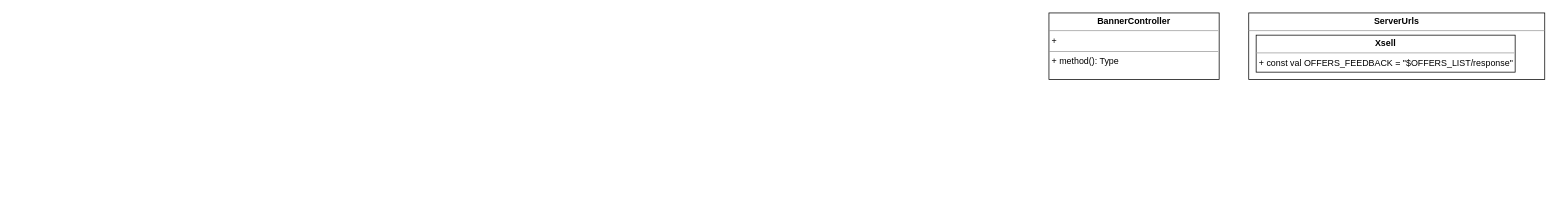
Before: UNI-14524.drawio in ShiryaevNikolay/diagrams, a draw.io diagram. Source tidied: cells renumbered, new cells numbered last; positions are measured from the earlier drawing's top-left corner, leaving out a move shared by most shapes. Both pictures are drawn from the tidied source at 74%, with x=0, y=0 at pixel (1049, 13).
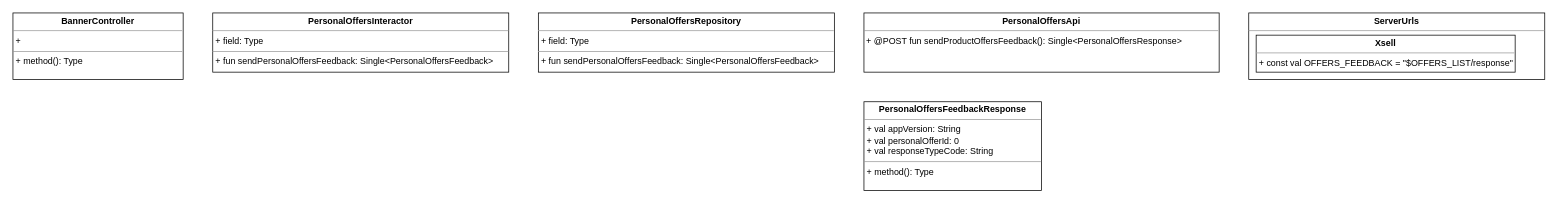
The same page after the edit.

Commit message:
сервисный слой

The edit, as a diff of the source:
```diff
@@
 <mxGraphModel>
   <root>
     <mxCell id="0" />
     <mxCell id="1" parent="0" />
     <mxCell id="2" value="&lt;p style=&quot;margin: 0px ; margin-top: 4px ; text-align: center&quot;&gt;&lt;b&gt;BannerController&lt;/b&gt;&lt;/p&gt;&lt;hr size=&quot;1&quot;&gt;&lt;p style=&quot;margin: 0px ; margin-left: 4px&quot;&gt;+ &lt;br&gt;&lt;/p&gt;&lt;hr size=&quot;1&quot;&gt;&lt;p style=&quot;margin: 0px ; margin-left: 4px&quot;&gt;+ method(): Type&lt;/p&gt;" style="verticalAlign=top;align=left;overflow=fill;fontSize=12;fontFamily=Helvetica;html=1;" parent="1" vertex="1">
-      <mxGeometry width="230" height="90" as="geometry" />
+      <mxGeometry x="-1400" width="230" height="90" as="geometry" />
     </mxCell>
     <mxCell id="3" value="&lt;p style=&quot;margin: 0px ; margin-top: 4px ; text-align: center&quot;&gt;&lt;b&gt;ServerUrls&lt;/b&gt;&lt;/p&gt;&lt;hr size=&quot;1&quot;&gt;&lt;p style=&quot;margin: 0px ; margin-left: 4px&quot;&gt;&lt;br&gt;&lt;/p&gt;" style="verticalAlign=top;align=left;overflow=fill;fontSize=12;fontFamily=Helvetica;html=1;" parent="1" vertex="1">
       <mxGeometry x="270" width="400" height="90" as="geometry" />
     </mxCell>
     <mxCell id="4" value="&lt;p style=&quot;margin: 0px ; margin-top: 4px ; text-align: center&quot;&gt;&lt;b&gt;Xsell&lt;/b&gt;&lt;/p&gt;&lt;hr size=&quot;1&quot;&gt;&lt;p style=&quot;margin: 0px ; margin-left: 4px&quot;&gt;+ const val OFFERS_FEEDBACK = &quot;$OFFERS_LIST/response&quot;&lt;br&gt;&lt;/p&gt;&lt;hr size=&quot;1&quot;&gt;" style="verticalAlign=top;align=left;overflow=fill;fontSize=12;fontFamily=Helvetica;html=1;" parent="1" vertex="1">
       <mxGeometry x="280" y="30" width="350" height="50" as="geometry" />
     </mxCell>
+    <mxCell id="5" value="&lt;p style=&quot;margin: 0px ; margin-top: 4px ; text-align: center&quot;&gt;&lt;b&gt;PersonalOffersApi&lt;/b&gt;&lt;/p&gt;&lt;hr size=&quot;1&quot;&gt;&amp;nbsp;+ @POST fun sendProductOffersFeedback(): Single&amp;lt;PersonalOffersResponse&amp;gt;" style="verticalAlign=top;align=left;overflow=fill;fontSize=12;fontFamily=Helvetica;html=1;" parent="1" vertex="1">
+      <mxGeometry x="-250" width="480" height="80" as="geometry" />
+    </mxCell>
+    <mxCell id="6" value="&lt;p style=&quot;margin: 0px ; margin-top: 4px ; text-align: center&quot;&gt;&lt;b&gt;PersonalOffersFeedbackResponse&lt;/b&gt;&lt;/p&gt;&lt;hr size=&quot;1&quot;&gt;&lt;p style=&quot;margin: 0px ; margin-left: 4px&quot;&gt;+ val appVersion: String&lt;/p&gt;&lt;p style=&quot;margin: 0px ; margin-left: 4px&quot;&gt;+ val personalOfferId: 0&lt;/p&gt;&lt;p style=&quot;margin: 0px ; margin-left: 4px&quot;&gt;+ val responseTypeCode: String&lt;br&gt;&lt;/p&gt;&lt;hr size=&quot;1&quot;&gt;&lt;p style=&quot;margin: 0px ; margin-left: 4px&quot;&gt;+ method(): Type&lt;/p&gt;" style="verticalAlign=top;align=left;overflow=fill;fontSize=12;fontFamily=Helvetica;html=1;" parent="1" vertex="1">
+      <mxGeometry x="-250" y="120" width="240" height="120" as="geometry" />
+    </mxCell>
+    <mxCell id="7" value="&lt;p style=&quot;margin: 0px ; margin-top: 4px ; text-align: center&quot;&gt;&lt;b&gt;PersonalOffersRepository&lt;/b&gt;&lt;/p&gt;&lt;hr size=&quot;1&quot;&gt;&lt;p style=&quot;margin: 0px ; margin-left: 4px&quot;&gt;+ field: Type&lt;/p&gt;&lt;hr size=&quot;1&quot;&gt;&lt;p style=&quot;margin: 0px ; margin-left: 4px&quot;&gt;+ fun sendPersonalOffersFeedback: Single&amp;lt;PersonalOffersFeedback&amp;gt;&lt;br&gt;&lt;/p&gt;" style="verticalAlign=top;align=left;overflow=fill;fontSize=12;fontFamily=Helvetica;html=1;" parent="1" vertex="1">
+      <mxGeometry x="-690" width="400" height="80" as="geometry" />
+    </mxCell>
+    <mxCell id="8" value="&lt;p style=&quot;margin: 0px ; margin-top: 4px ; text-align: center&quot;&gt;&lt;b&gt;PersonalOffersInteractor&lt;/b&gt;&lt;/p&gt;&lt;hr size=&quot;1&quot;&gt;&lt;p style=&quot;margin: 0px ; margin-left: 4px&quot;&gt;+ field: Type&lt;/p&gt;&lt;hr size=&quot;1&quot;&gt;&lt;p style=&quot;margin: 0px ; margin-left: 4px&quot;&gt;+ fun sendPersonalOffersFeedback: Single&amp;lt;PersonalOffersFeedback&amp;gt;&lt;br&gt;&lt;/p&gt;" style="verticalAlign=top;align=left;overflow=fill;fontSize=12;fontFamily=Helvetica;html=1;" parent="1" vertex="1">
+      <mxGeometry x="-1130" width="400" height="80" as="geometry" />
+    </mxCell>
   </root>
 </mxGraphModel>
```
